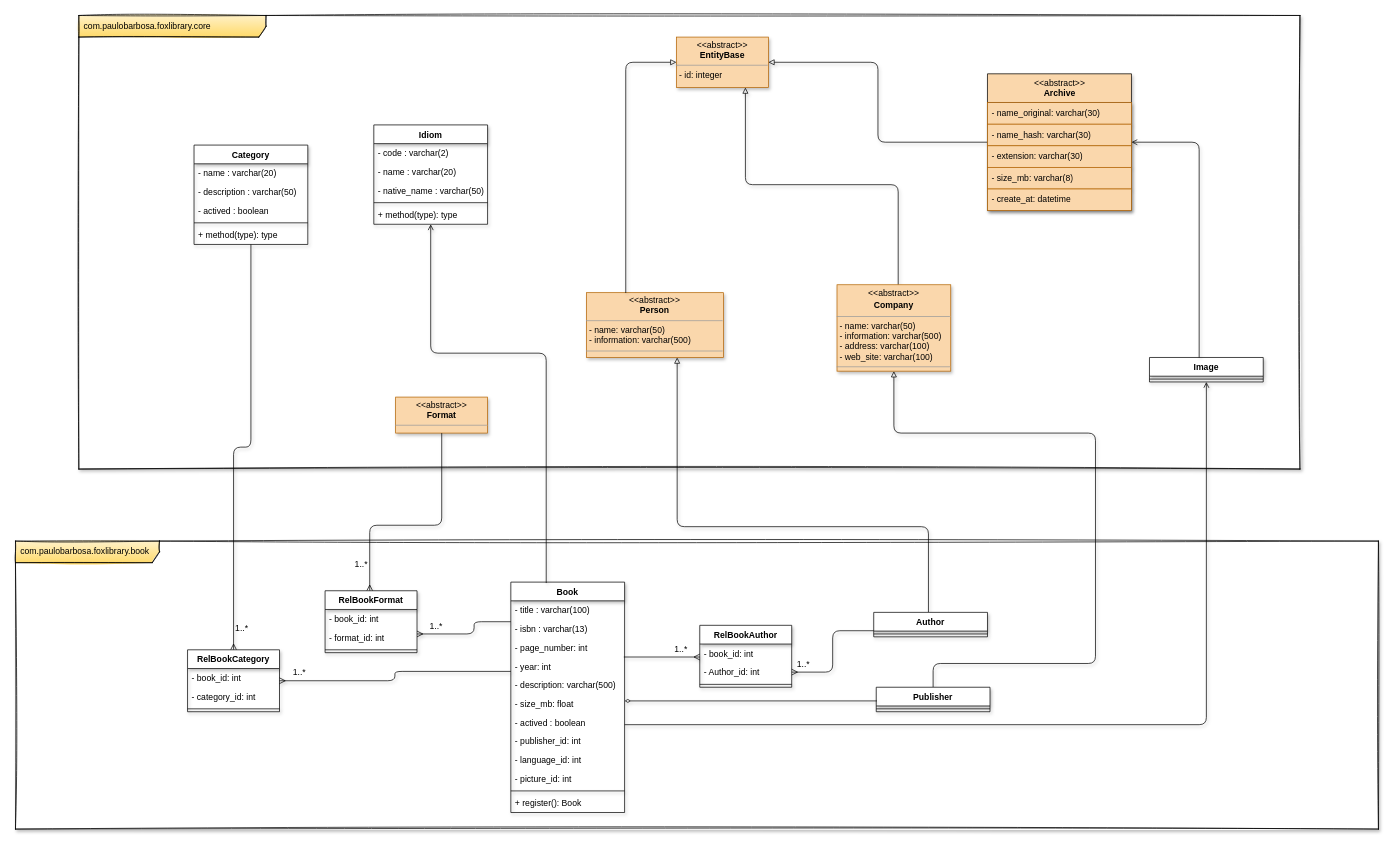
Above: documentation/foxlibrary.drawio in phjb/foxlibrary (draw.io), before the change. Source tidied: cells renumbered, new cells numbered last; positions are measured from the earlier drawing's top-left corner, leaving out a move shared by most shapes. Both pictures are drawn from the tidied source at 72%, with x=0, y=0 at pixel (15, 15).
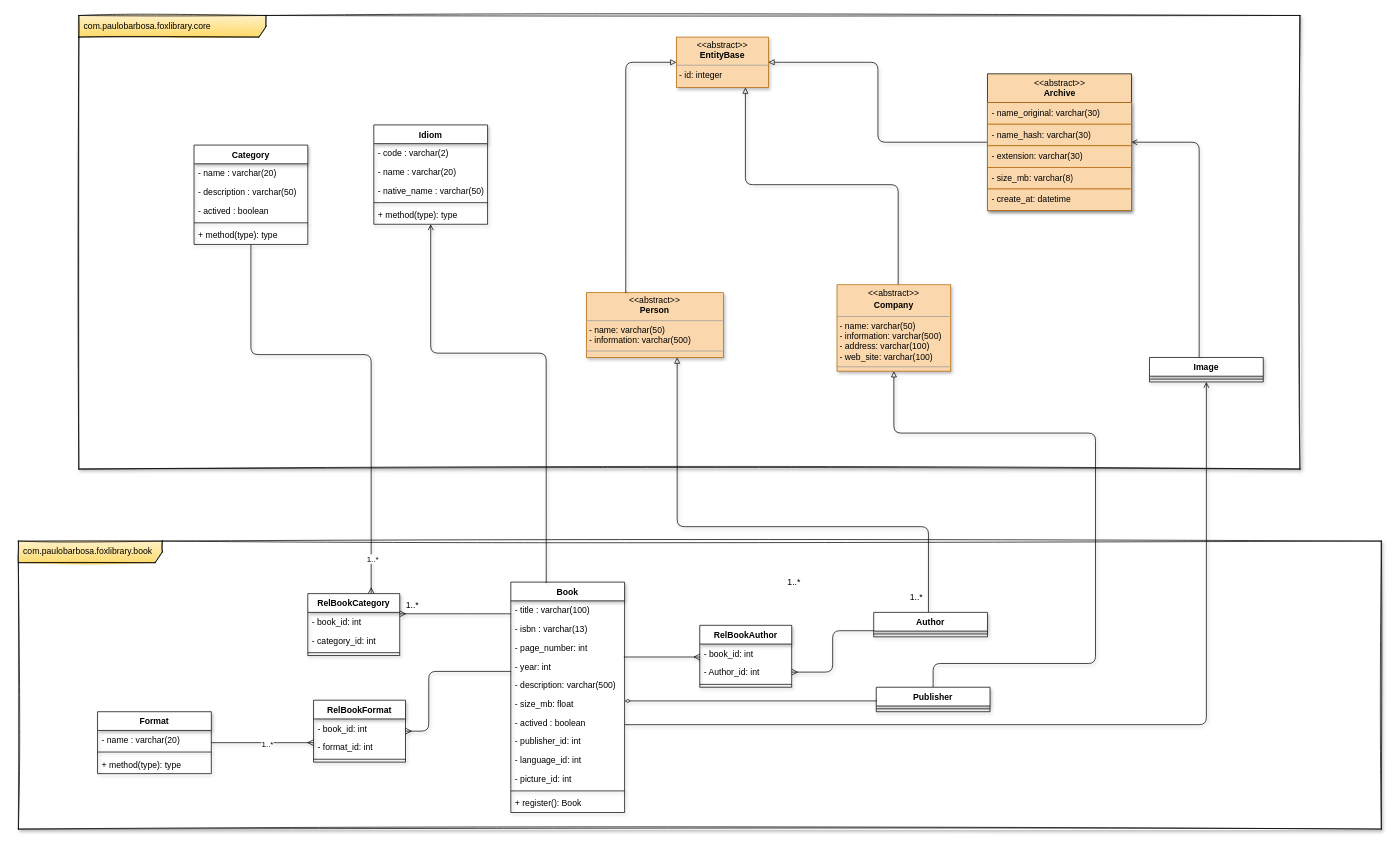
The same page after the edit.

Commit message (it also covers changes not shown here):
modifying class diagram

The change refers to these unchanged cells:
```xml
<mxCell id="23" value="Book" style="swimlane;fontStyle=1;align=center;verticalAlign=top;horizontal=1;startSize=26;shadow=1;rounded=0;glass=0;sketch=0;swimlaneFillColor=none;swimlaneLine=1;" parent="1" vertex="1">
  <mxGeometry x="688" y="787" width="158" height="320" as="geometry" />
</mxCell>
<mxCell id="50" value="Category" style="swimlane;fontStyle=1;align=center;verticalAlign=top;horizontal=1;startSize=26;shadow=1;rounded=0;glass=0;sketch=0;swimlaneFillColor=none;swimlaneLine=1;" parent="1" vertex="1">
  <mxGeometry x="248" y="180" width="158" height="138" as="geometry" />
</mxCell>
```

The edit, as a diff of the source:
```diff
@@
     <mxCell id="3" value="com.paulobarbosa.foxlibrary.book" style="shape=umlFrame;whiteSpace=wrap;html=1;width=200;height=30;boundedLbl=1;verticalAlign=middle;align=left;spacingLeft=5;fontFamily=Helvetica;fontSize=12;shadow=1;sketch=1;swimlaneFillColor=default;fillColor=#fff2cc;strokeColor=#000000;gradientColor=#ffd966;" parent="1" vertex="1">
-      <mxGeometry y="730" width="1893" height="400" as="geometry" />
+      <mxGeometry x="4" y="730" width="1893" height="400" as="geometry" />
     </mxCell>
@@
-    <mxCell id="21" value="&lt;p style=&quot;margin:0px;margin-top:4px;text-align:center;&quot;&gt;&amp;lt;&amp;lt;abstract&amp;gt;&amp;gt;&lt;b&gt;&lt;br&gt;Format&lt;/b&gt;&lt;/p&gt;&lt;hr size=&quot;1&quot;&gt;&lt;p style=&quot;margin:0px;margin-left:4px;&quot;&gt;&lt;br&gt;&lt;/p&gt;&lt;p style=&quot;margin:0px;margin-left:4px;&quot;&gt;&lt;br&gt;&lt;/p&gt;" style="verticalAlign=top;align=left;overflow=fill;fontSize=12;fontFamily=Helvetica;html=1;shadow=1;sketch=0;swimlaneLine=1;swimlaneFillColor=default;fillColor=#fad7ac;strokeColor=#b46504;" parent="1" vertex="1">
-      <mxGeometry x="528" y="530" width="127.7" height="50" as="geometry" />
-    </mxCell>
@@
     <mxCell id="37" style="edgeStyle=orthogonalEdgeStyle;shape=connector;rounded=1;sketch=0;jettySize=auto;html=1;shadow=1;labelBackgroundColor=default;fontFamily=Helvetica;fontSize=12;fontColor=default;endArrow=none;endFill=0;swimlaneLine=1;startArrow=ERmany;startFill=0;" parent="1" edge="1" source="39" target="23">
       <mxGeometry relative="1" as="geometry">
         <Array as="points">
-          <mxPoint x="637" y="859" />
-          <mxPoint x="637" y="842" />
+          <mxPoint x="574" y="994" />
+          <mxPoint x="574" y="911" />
         </Array>
       </mxGeometry>
     </mxCell>
-    <mxCell id="38" style="edgeStyle=orthogonalEdgeStyle;shape=connector;rounded=1;sketch=0;jettySize=auto;html=1;shadow=1;labelBackgroundColor=default;fontFamily=Helvetica;fontSize=12;fontColor=default;endArrow=none;endFill=0;swimlaneLine=1;startArrow=ERmany;startFill=0;" parent="1" edge="1" source="39" target="21">
+    <mxCell id="38" style="edgeStyle=orthogonalEdgeStyle;shape=connector;rounded=1;sketch=0;jettySize=auto;html=1;shadow=1;labelBackgroundColor=default;fontFamily=Helvetica;fontSize=12;fontColor=default;endArrow=none;endFill=0;swimlaneLine=1;startArrow=ERmany;startFill=0;" parent="1" edge="1" source="39" target="80">
       <mxGeometry relative="1" as="geometry">
         <Array as="points">
-          <mxPoint x="492" y="708" />
-          <mxPoint x="592" y="708" />
+          <mxPoint x="354" y="1010" />
+          <mxPoint x="354" y="1010" />
         </Array>
       </mxGeometry>
     </mxCell>
+    <mxCell id="78" value="1..*" style="edgeLabel;html=1;align=center;verticalAlign=middle;" parent="38" vertex="1">
+      <mxGeometry x="-0.08" y="2" relative="1" as="geometry" />
+    </mxCell>
     <mxCell id="39" value="RelBookFormat" style="swimlane;fontStyle=1;align=center;verticalAlign=top;horizontal=1;startSize=26;shadow=1;rounded=0;glass=0;sketch=0;swimlaneFillColor=none;swimlaneLine=1;" parent="1" vertex="1">
-      <mxGeometry x="430" y="799" width="127.7" height="86" as="geometry" />
+      <mxGeometry x="414" y="951" width="127.7" height="86" as="geometry" />
     </mxCell>
@@
     <mxCell id="58" style="edgeStyle=orthogonalEdgeStyle;shape=connector;rounded=1;sketch=0;jettySize=auto;html=1;shadow=1;labelBackgroundColor=default;fontFamily=Helvetica;fontSize=12;fontColor=default;endArrow=none;endFill=0;swimlaneLine=1;startArrow=ERmany;startFill=0;" parent="1" edge="1" source="66" target="23">
       <mxGeometry relative="1" as="geometry">
         <Array as="points">
-          <mxPoint x="527" y="924" />
-          <mxPoint x="527" y="911" />
+          <mxPoint x="634" y="831" />
+          <mxPoint x="634" y="831" />
         </Array>
       </mxGeometry>
     </mxCell>
@@
-    <mxCell id="60" value="1..*" style="edgeLabel;html=1;align=center;verticalAlign=middle;fontSize=12;fontFamily=Helvetica;fontColor=default;" parent="58" vertex="1">
-      <mxGeometry x="-0.89" y="-2" relative="1" as="geometry">
-        <mxPoint x="-71" y="-75" as="offset" />
-      </mxGeometry>
-    </mxCell>
-    <mxCell id="61" value="1..*" style="edgeLabel;html=1;align=center;verticalAlign=middle;fontSize=12;fontFamily=Helvetica;fontColor=default;" parent="58" vertex="1">
-      <mxGeometry x="-0.89" y="-2" relative="1" as="geometry">
-        <mxPoint x="95" y="-165" as="offset" />
-      </mxGeometry>
-    </mxCell>
-    <mxCell id="62" value="1..*" style="edgeLabel;html=1;align=center;verticalAlign=middle;fontSize=12;fontFamily=Helvetica;fontColor=default;" parent="58" vertex="1">
-      <mxGeometry x="-0.89" y="-2" relative="1" as="geometry">
-        <mxPoint x="199" y="-78" as="offset" />
-      </mxGeometry>
-    </mxCell>
@@
     <mxCell id="65" style="edgeStyle=orthogonalEdgeStyle;shape=connector;rounded=1;sketch=0;jettySize=auto;html=1;shadow=1;labelBackgroundColor=default;fontFamily=Helvetica;fontSize=12;fontColor=default;endArrow=none;endFill=0;swimlaneLine=1;startArrow=ERmany;startFill=0;" parent="1" edge="1" source="66" target="50">
-      <mxGeometry relative="1" as="geometry" />
+      <mxGeometry relative="1" as="geometry">
+        <Array as="points">
+          <mxPoint x="494" y="471" />
+          <mxPoint x="327" y="471" />
+        </Array>
+      </mxGeometry>
     </mxCell>
+    <mxCell id="79" value="1..*" style="edgeLabel;html=1;align=center;verticalAlign=middle;" parent="65" vertex="1">
+      <mxGeometry x="-0.85" y="-1" relative="1" as="geometry" />
+    </mxCell>
     <mxCell id="66" value="RelBookCategory" style="swimlane;fontStyle=1;align=center;verticalAlign=top;horizontal=1;startSize=26;shadow=1;rounded=0;glass=0;sketch=0;swimlaneFillColor=none;swimlaneLine=1;" parent="1" vertex="1">
-      <mxGeometry x="239" y="881" width="127.7" height="86" as="geometry" />
+      <mxGeometry x="406" y="803" width="127.7" height="86" as="geometry" />
     </mxCell>
@@
+    <mxCell id="80" value="Format" style="swimlane;fontStyle=1;align=center;verticalAlign=top;horizontal=1;startSize=26;shadow=1;rounded=0;glass=0;sketch=0;swimlaneFillColor=none;swimlaneLine=1;" parent="1" vertex="1">
+      <mxGeometry x="114" y="967" width="158" height="86" as="geometry" />
+    </mxCell>
+    <mxCell id="81" value="- name : varchar(20)&#10;&#10;" style="text;align=left;verticalAlign=top;spacingLeft=4;spacingRight=4;overflow=hidden;shadow=1;sketch=0;swimlaneLine=1;" parent="80" vertex="1">
+      <mxGeometry y="26" width="158" height="26" as="geometry" />
+    </mxCell>
+    <mxCell id="82" style="line;strokeWidth=1;align=left;verticalAlign=middle;spacingTop=-1;spacingLeft=3;spacingRight=3;labelPosition=right;sketch=0;shadow=1;swimlaneLine=1;" parent="80" vertex="1">
+      <mxGeometry y="52" width="158" height="8" as="geometry" />
+    </mxCell>
+    <mxCell id="83" value="+ method(type): type" style="text;align=left;verticalAlign=top;spacingLeft=4;spacingRight=4;overflow=hidden;shadow=1;sketch=0;swimlaneLine=1;" parent="80" vertex="1">
+      <mxGeometry y="60" width="158" height="26" as="geometry" />
+    </mxCell>
```
